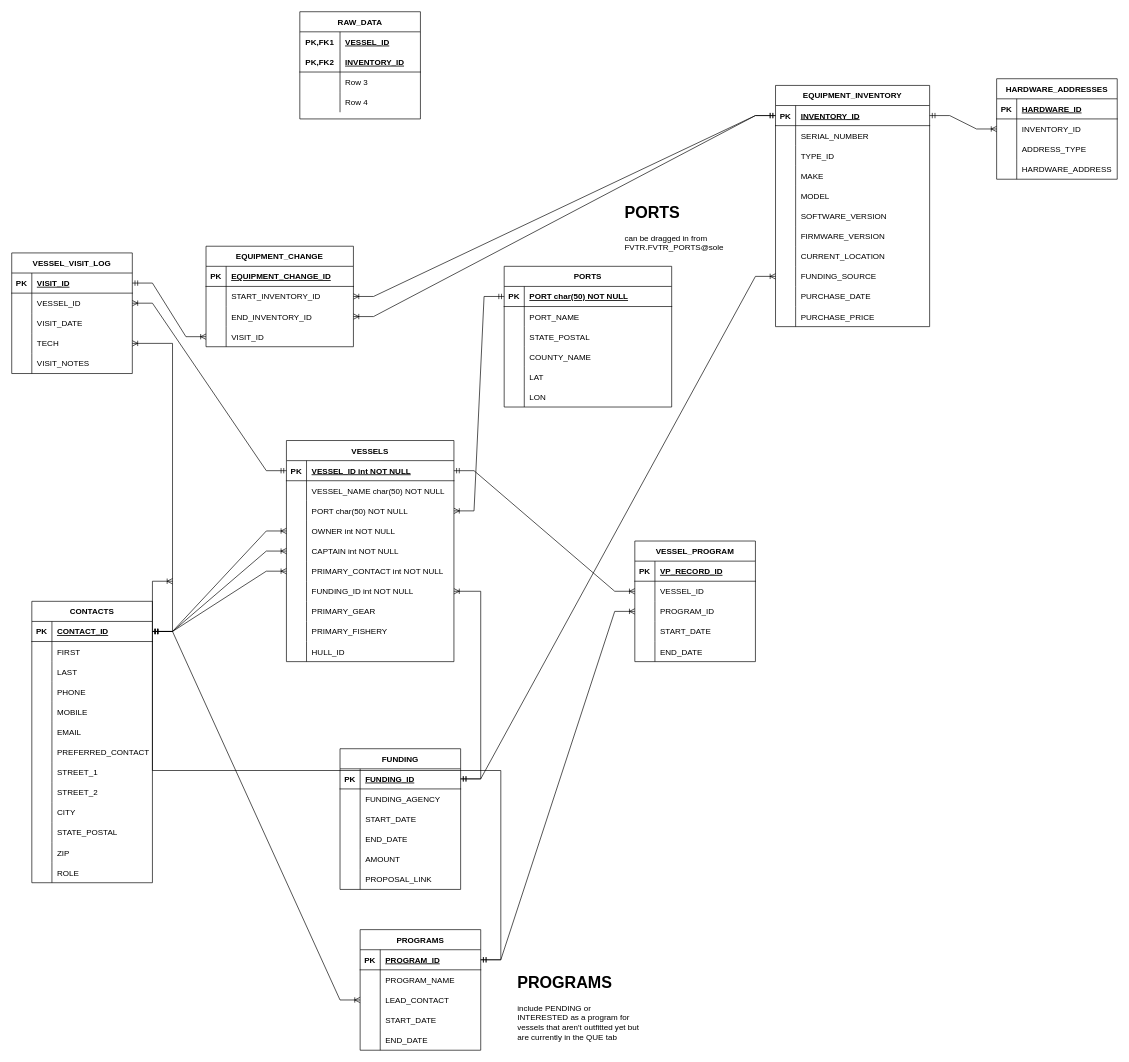
Above: eMOLT.drawio in GMaynard1/emolt_project_management (draw.io), before the change. Source tidied: cells renumbered, new cells numbered last; positions are measured from the earlier drawing's top-left corner, leaving out a move shared by most shapes. Both pictures are drawn from the tidied source at 67%, with x=0, y=0 at pixel (11, 11).
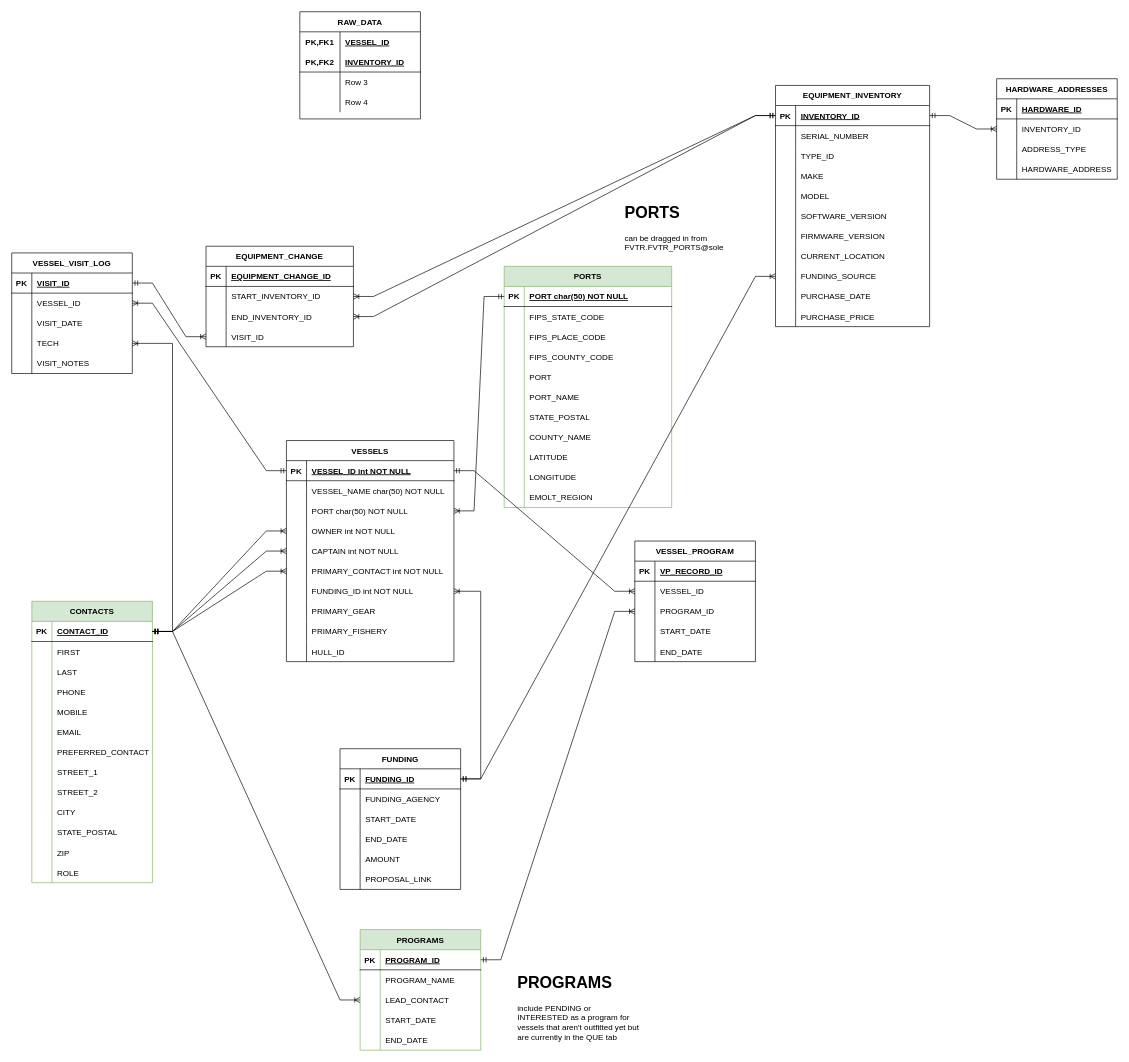
Above is the later version.

The change refers to these unchanged cells:
```xml
<mxCell id="6" style="shape=partialRectangle;fillColor=none;top=0;left=0;right=0;bottom=0;" parent="2" vertex="1">
  <mxGeometry y="60" width="250" height="30" as="geometry" />
</mxCell>
<mxCell id="9" style="shape=partialRectangle;fillColor=none;top=0;left=0;right=0;bottom=0;" parent="2" vertex="1">
  <mxGeometry y="90" width="250" height="30" as="geometry" />
</mxCell>
<mxCell id="12" style="shape=partialRectangle;fillColor=none;top=0;left=0;right=0;bottom=0;" parent="2" vertex="1">
  <mxGeometry y="120" width="250" height="30" as="geometry" />
</mxCell>
<mxCell id="15" style="shape=partialRectangle;fillColor=none;top=0;left=0;right=0;bottom=0;" parent="2" vertex="1">
  <mxGeometry y="150" width="250" height="30" as="geometry" />
</mxCell>
<mxCell id="18" style="shape=partialRectangle;fillColor=none;top=0;left=0;right=0;bottom=0;" parent="2" vertex="1">
  <mxGeometry y="180" width="250" height="30" as="geometry" />
</mxCell>
<mxCell id="97" style="shape=partialRectangle;fillColor=none;top=0;left=0;bottom=1;right=0;points=[[0,0.5],[1,0.5]];portConstraint=eastwest;" parent="96" vertex="1">
  <mxGeometry y="30" width="180" height="30" as="geometry" />
</mxCell>
```

What changed in the source:
```diff
@@
-    <mxCell id="2" value="PORTS" style="shape=table;startSize=30;childLayout=tableLayout;rowLines=0;fontStyle=1;align=center;" parent="1" vertex="1">
-      <mxGeometry x="735" y="380" width="250" height="210" as="geometry" />
+    <mxCell id="2" value="PORTS" style="shape=table;startSize=30;childLayout=tableLayout;rowLines=0;fontStyle=1;align=center;fillColor=#d5e8d4;strokeColor=#82b366;" parent="1" vertex="1">
+      <mxGeometry x="735" y="380" width="250" height="360" as="geometry" />
     </mxCell>
@@
-    <mxCell id="8" value="PORT_NAME " style="shape=partialRectangle;overflow=hidden;fillColor=none;top=0;left=0;bottom=0;right=0;align=left;spacingLeft=6;" parent="6" vertex="1">
+    <mxCell id="8" value="FIPS_STATE_CODE" style="shape=partialRectangle;overflow=hidden;fillColor=none;top=0;left=0;bottom=0;right=0;align=left;spacingLeft=6;" parent="6" vertex="1">
       <mxGeometry x="30" width="220" height="30" as="geometry" />
     </mxCell>
@@
-    <mxCell id="11" value="STATE_POSTAL" style="shape=partialRectangle;overflow=hidden;fillColor=none;top=0;left=0;bottom=0;right=0;align=left;spacingLeft=6;" parent="9" vertex="1">
+    <mxCell id="11" value="FIPS_PLACE_CODE" style="shape=partialRectangle;overflow=hidden;fillColor=none;top=0;left=0;bottom=0;right=0;align=left;spacingLeft=6;" parent="9" vertex="1">
       <mxGeometry x="30" width="220" height="30" as="geometry" />
     </mxCell>
@@
-    <mxCell id="14" value="COUNTY_NAME" style="shape=partialRectangle;overflow=hidden;fillColor=none;top=0;left=0;bottom=0;right=0;align=left;spacingLeft=6;" parent="12" vertex="1">
+    <mxCell id="14" value="FIPS_COUNTY_CODE" style="shape=partialRectangle;overflow=hidden;fillColor=none;top=0;left=0;bottom=0;right=0;align=left;spacingLeft=6;" parent="12" vertex="1">
       <mxGeometry x="30" width="220" height="30" as="geometry" />
     </mxCell>
@@
-    <mxCell id="17" value="LAT" style="shape=partialRectangle;overflow=hidden;fillColor=none;top=0;left=0;bottom=0;right=0;align=left;spacingLeft=6;" parent="15" vertex="1">
+    <mxCell id="17" value="PORT" style="shape=partialRectangle;overflow=hidden;fillColor=none;top=0;left=0;bottom=0;right=0;align=left;spacingLeft=6;" parent="15" vertex="1">
       <mxGeometry x="30" width="220" height="30" as="geometry" />
     </mxCell>
@@
-    <mxCell id="20" value="LON" style="shape=partialRectangle;overflow=hidden;fillColor=none;top=0;left=0;bottom=0;right=0;align=left;spacingLeft=6;" parent="18" vertex="1">
+    <mxCell id="20" value="PORT_NAME" style="shape=partialRectangle;overflow=hidden;fillColor=none;top=0;left=0;bottom=0;right=0;align=left;spacingLeft=6;" parent="18" vertex="1">
       <mxGeometry x="30" width="220" height="30" as="geometry" />
     </mxCell>
+    <mxCell id="250" style="shape=partialRectangle;fillColor=none;top=0;left=0;right=0;bottom=0;" parent="2" vertex="1">
+      <mxGeometry y="210" width="250" height="30" as="geometry" />
+    </mxCell>
+    <mxCell id="251" style="shape=partialRectangle;overflow=hidden;fillColor=none;top=0;left=0;bottom=0;right=0;" parent="250" vertex="1">
+      <mxGeometry width="30" height="30" as="geometry" />
+    </mxCell>
+    <mxCell id="252" value="STATE_POSTAL" style="shape=partialRectangle;overflow=hidden;fillColor=none;top=0;left=0;bottom=0;right=0;align=left;spacingLeft=6;" parent="250" vertex="1">
+      <mxGeometry x="30" width="220" height="30" as="geometry" />
+    </mxCell>
+    <mxCell id="253" style="shape=partialRectangle;fillColor=none;top=0;left=0;right=0;bottom=0;" parent="2" vertex="1">
+      <mxGeometry y="240" width="250" height="30" as="geometry" />
+    </mxCell>
+    <mxCell id="254" style="shape=partialRectangle;overflow=hidden;fillColor=none;top=0;left=0;bottom=0;right=0;" parent="253" vertex="1">
+      <mxGeometry width="30" height="30" as="geometry" />
+    </mxCell>
+    <mxCell id="255" value="COUNTY_NAME" style="shape=partialRectangle;overflow=hidden;fillColor=none;top=0;left=0;bottom=0;right=0;align=left;spacingLeft=6;" parent="253" vertex="1">
+      <mxGeometry x="30" width="220" height="30" as="geometry" />
+    </mxCell>
+    <mxCell id="256" style="shape=partialRectangle;fillColor=none;top=0;left=0;right=0;bottom=0;" parent="2" vertex="1">
+      <mxGeometry y="270" width="250" height="30" as="geometry" />
+    </mxCell>
+    <mxCell id="257" style="shape=partialRectangle;overflow=hidden;fillColor=none;top=0;left=0;bottom=0;right=0;" parent="256" vertex="1">
+      <mxGeometry width="30" height="30" as="geometry" />
+    </mxCell>
+    <mxCell id="258" value="LATITUDE" style="shape=partialRectangle;overflow=hidden;fillColor=none;top=0;left=0;bottom=0;right=0;align=left;spacingLeft=6;" parent="256" vertex="1">
+      <mxGeometry x="30" width="220" height="30" as="geometry" />
+    </mxCell>
+    <mxCell id="259" style="shape=partialRectangle;fillColor=none;top=0;left=0;right=0;bottom=0;" parent="2" vertex="1">
+      <mxGeometry y="300" width="250" height="30" as="geometry" />
+    </mxCell>
+    <mxCell id="260" style="shape=partialRectangle;overflow=hidden;fillColor=none;top=0;left=0;bottom=0;right=0;" parent="259" vertex="1">
+      <mxGeometry width="30" height="30" as="geometry" />
+    </mxCell>
+    <mxCell id="261" value="LONGITUDE" style="shape=partialRectangle;overflow=hidden;fillColor=none;top=0;left=0;bottom=0;right=0;align=left;spacingLeft=6;" parent="259" vertex="1">
+      <mxGeometry x="30" width="220" height="30" as="geometry" />
+    </mxCell>
+    <mxCell id="262" style="shape=partialRectangle;fillColor=none;top=0;left=0;right=0;bottom=0;" parent="2" vertex="1">
+      <mxGeometry y="330" width="250" height="30" as="geometry" />
+    </mxCell>
+    <mxCell id="263" style="shape=partialRectangle;overflow=hidden;fillColor=none;top=0;left=0;bottom=0;right=0;" parent="262" vertex="1">
+      <mxGeometry width="30" height="30" as="geometry" />
+    </mxCell>
+    <mxCell id="264" value="EMOLT_REGION" style="shape=partialRectangle;overflow=hidden;fillColor=none;top=0;left=0;bottom=0;right=0;align=left;spacingLeft=6;" parent="262" vertex="1">
+      <mxGeometry x="30" width="220" height="30" as="geometry" />
+    </mxCell>
@@
-    <mxCell id="53" value="CONTACTS" style="shape=table;startSize=30;childLayout=tableLayout;rowLines=0;fontStyle=1;align=center;" parent="1" vertex="1">
+    <mxCell id="53" value="CONTACTS" style="shape=table;startSize=30;childLayout=tableLayout;rowLines=0;fontStyle=1;align=center;fillColor=#d5e8d4;strokeColor=#82b366;" parent="1" vertex="1">
       <mxGeometry x="30" y="880" width="180" height="420" as="geometry" />
     </mxCell>
@@
-    <mxCell id="96" value="PROGRAMS" style="shape=table;startSize=30;childLayout=tableLayout;rowLines=0;fontStyle=1;align=center;" parent="1" vertex="1">
+    <mxCell id="96" value="PROGRAMS" style="shape=table;startSize=30;childLayout=tableLayout;rowLines=0;fontStyle=1;align=center;fillColor=#d5e8d4;strokeColor=#82b366;" parent="1" vertex="1">
       <mxGeometry x="520" y="1370" width="180" height="180" as="geometry" />
     </mxCell>
@@
-    <mxCell id="112" style="edgeStyle=entityRelationEdgeStyle;fontSize=12;html=1;endArrow=ERoneToMany;startArrow=ERmandOne;rounded=0;" parent="1" edge="1" source="97">
-      <mxGeometry relative="1" as="geometry">
-        <mxPoint x="240" y="850" as="targetPoint" />
-      </mxGeometry>
-    </mxCell>
```
